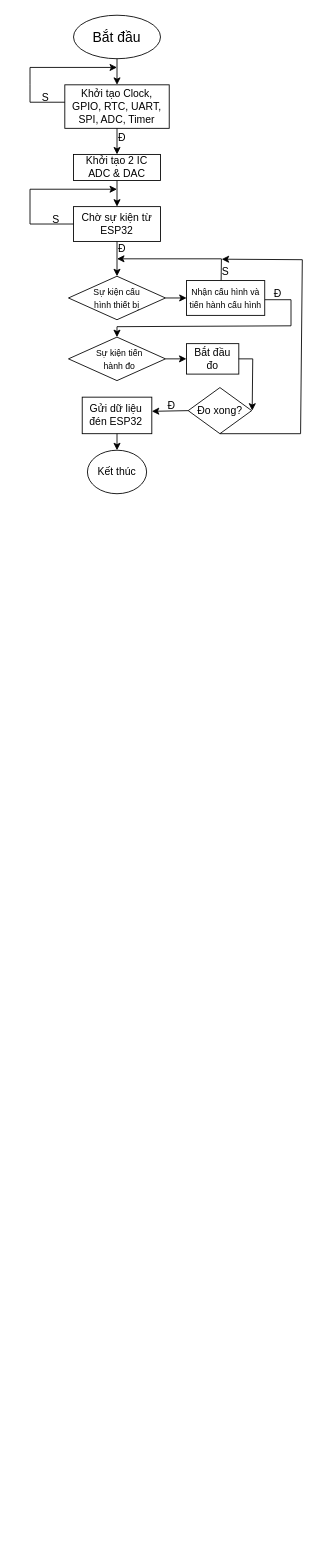
Before: Sơ đồ thuật toán STM32.drawio in truongbui692002/DATN_20232, a draw.io diagram. Source tidied: cells renumbered, new cells numbered last; positions are measured from the earlier drawing's top-left corner, leaving out a move shared by most shapes. Both pictures are drawn from the tidied source at 87%, with x=0, y=0 at pixel (19, 15).
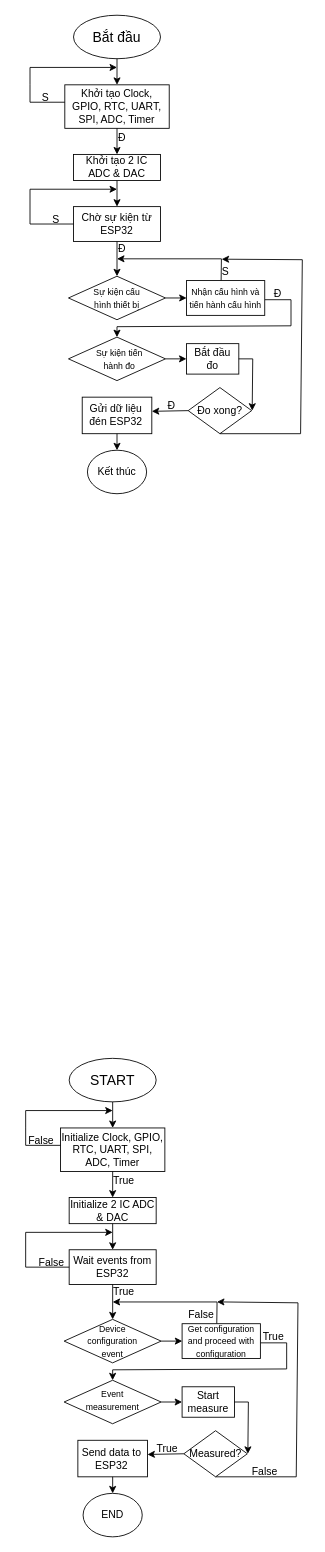
After the change.

Commit message:
Cập nhật Sơ đồ thuật toán STM32.drawio

Change to the diagram source:
```diff
@@
+    <mxCell id="38" value="&lt;font size=&quot;3&quot;&gt;START&lt;/font&gt;" style="ellipse;whiteSpace=wrap;html=1;" parent="1" vertex="1">
+      <mxGeometry x="57" y="1199" width="100" height="50" as="geometry" />
+    </mxCell>
+    <mxCell id="39" value="Initialize Clock, GPIO, RTC, UART, SPI, ADC, Timer" style="rounded=0;whiteSpace=wrap;html=1;" parent="1" vertex="1">
+      <mxGeometry x="47" y="1279" width="120" height="50" as="geometry" />
+    </mxCell>
+    <mxCell id="40" style="endArrow=classic;html=1;rounded=0;exitX=0.5;exitY=1;exitDx=0;exitDy=0;" parent="1" edge="1" source="38" target="39">
+      <mxGeometry relative="1" as="geometry" />
+    </mxCell>
+    <mxCell id="41" style="endArrow=classic;html=1;rounded=0;exitX=0;exitY=0.5;exitDx=0;exitDy=0;" parent="1" edge="1">
+      <mxGeometry relative="1" as="geometry">
+        <mxPoint x="47" y="1299" as="sourcePoint" />
+        <mxPoint x="107" y="1259" as="targetPoint" />
+        <Array as="points">
+          <mxPoint x="7" y="1299" />
+          <mxPoint x="7" y="1279" />
+          <mxPoint x="7" y="1259" />
+        </Array>
+      </mxGeometry>
+    </mxCell>
+    <mxCell id="42" value="False" style="text;html=1;align=center;verticalAlign=middle;whiteSpace=wrap;rounded=0;" parent="1" vertex="1">
+      <mxGeometry x="-5" y="1279" width="60" height="30" as="geometry" />
+    </mxCell>
+    <mxCell id="43" value="Initialize 2 IC ADC &amp;amp; DAC" style="rounded=0;whiteSpace=wrap;html=1;" parent="1" vertex="1">
+      <mxGeometry x="57" y="1359" width="100" height="30" as="geometry" />
+    </mxCell>
+    <mxCell id="44" style="endArrow=classic;html=1;rounded=0;exitX=0.5;exitY=1;exitDx=0;exitDy=0;entryX=0.5;entryY=0;entryDx=0;entryDy=0;" parent="1" edge="1" source="39" target="43">
+      <mxGeometry relative="1" as="geometry" />
+    </mxCell>
+    <mxCell id="45" value="Wait events from ESP32" style="rounded=0;whiteSpace=wrap;html=1;" parent="1" vertex="1">
+      <mxGeometry x="57" y="1419" width="100" height="40" as="geometry" />
+    </mxCell>
+    <mxCell id="46" style="endArrow=classic;html=1;rounded=0;exitX=0.5;exitY=1;exitDx=0;exitDy=0;entryX=0.5;entryY=0;entryDx=0;entryDy=0;" parent="1" edge="1" source="43" target="45">
+      <mxGeometry relative="1" as="geometry" />
+    </mxCell>
+    <mxCell id="47" style="endArrow=classic;html=1;rounded=0;" parent="1" edge="1">
+      <mxGeometry relative="1" as="geometry">
+        <mxPoint x="107" y="1459" as="sourcePoint" />
+        <mxPoint x="107" y="1499" as="targetPoint" />
+      </mxGeometry>
+    </mxCell>
+    <mxCell id="48" style="endArrow=classic;html=1;rounded=0;exitX=0;exitY=0.5;exitDx=0;exitDy=0;" parent="1" edge="1" source="45">
+      <mxGeometry relative="1" as="geometry">
+        <mxPoint x="107" y="1399" as="targetPoint" />
+        <Array as="points">
+          <mxPoint x="7" y="1439" />
+          <mxPoint x="7" y="1399" />
+        </Array>
+      </mxGeometry>
+    </mxCell>
+    <mxCell id="49" value="False" style="text;html=1;align=center;verticalAlign=middle;whiteSpace=wrap;rounded=0;" parent="1" vertex="1">
+      <mxGeometry x="7" y="1419" width="60" height="30" as="geometry" />
+    </mxCell>
+    <mxCell id="50" value="True" style="text;html=1;align=center;verticalAlign=middle;whiteSpace=wrap;rounded=0;" parent="1" vertex="1">
+      <mxGeometry x="102.2" y="1463" width="35.5" height="10" as="geometry" />
+    </mxCell>
+    <mxCell id="51" value="True" style="text;html=1;align=center;verticalAlign=middle;whiteSpace=wrap;rounded=0;" parent="1" vertex="1">
+      <mxGeometry x="90" y="1325" width="60" height="30" as="geometry" />
+    </mxCell>
+    <mxCell id="52" style="rhombus;whiteSpace=wrap;html=1;" parent="1" vertex="1">
+      <mxGeometry x="51.2" y="1499" width="111.5" height="50" as="geometry" />
+    </mxCell>
+    <mxCell id="53" value="&lt;font style=&quot;font-size: 10px;&quot;&gt;Device configuration event&lt;/font&gt;" style="text;html=1;align=center;verticalAlign=middle;whiteSpace=wrap;rounded=0;" parent="1" vertex="1">
+      <mxGeometry x="77" y="1509" width="60" height="30" as="geometry" />
+    </mxCell>
+    <mxCell id="54" style="rhombus;whiteSpace=wrap;html=1;" parent="1" vertex="1">
+      <mxGeometry x="51.2" y="1569" width="111.5" height="50" as="geometry" />
+    </mxCell>
+    <mxCell id="55" value="&lt;font style=&quot;font-size: 10px;&quot;&gt;Event measurement&lt;/font&gt;" style="text;html=1;align=center;verticalAlign=middle;whiteSpace=wrap;rounded=0;" parent="1" vertex="1">
+      <mxGeometry x="77" y="1576.5" width="60" height="30" as="geometry" />
+    </mxCell>
+    <mxCell id="56" style="endArrow=classic;html=1;rounded=0;exitX=1;exitY=0.5;exitDx=0;exitDy=0;" parent="1" edge="1" source="52">
+      <mxGeometry relative="1" as="geometry">
+        <mxPoint x="187" y="1524" as="targetPoint" />
+      </mxGeometry>
+    </mxCell>
+    <mxCell id="57" value="&lt;span style=&quot;font-size: 10px;&quot;&gt;Get configuration and proceed with configuration&lt;/span&gt;" style="rounded=0;whiteSpace=wrap;html=1;" parent="1" vertex="1">
+      <mxGeometry x="186.8" y="1504" width="90" height="40" as="geometry" />
+    </mxCell>
+    <mxCell id="58" style="endArrow=classic;html=1;rounded=0;exitX=0.443;exitY=-0.007;exitDx=0;exitDy=0;exitPerimeter=0;" parent="1" edge="1" source="57">
+      <mxGeometry relative="1" as="geometry">
+        <mxPoint x="107" y="1479" as="targetPoint" />
+        <Array as="points">
+          <mxPoint x="227" y="1479" />
+        </Array>
+      </mxGeometry>
+    </mxCell>
+    <mxCell id="59" value="False" style="text;html=1;align=center;verticalAlign=middle;whiteSpace=wrap;rounded=0;" parent="1" vertex="1">
+      <mxGeometry x="178.8" y="1479" width="60" height="30" as="geometry" />
+    </mxCell>
+    <mxCell id="60" style="endArrow=classic;html=1;rounded=0;entryX=0.5;entryY=0;entryDx=0;entryDy=0;" parent="1" edge="1" target="54">
+      <mxGeometry relative="1" as="geometry">
+        <mxPoint x="277" y="1526" as="sourcePoint" />
+        <Array as="points">
+          <mxPoint x="307" y="1526" />
+          <mxPoint x="307" y="1556" />
+          <mxPoint x="107" y="1557" />
+        </Array>
+      </mxGeometry>
+    </mxCell>
+    <mxCell id="61" value="True" style="text;html=1;align=center;verticalAlign=middle;whiteSpace=wrap;rounded=0;" parent="1" vertex="1">
+      <mxGeometry x="261.8" y="1504" width="60" height="30" as="geometry" />
+    </mxCell>
+    <mxCell id="62" style="rounded=0;whiteSpace=wrap;html=1;" parent="1" vertex="1">
+      <mxGeometry x="186.8" y="1576.5" width="60.2" height="35" as="geometry" />
+    </mxCell>
+    <mxCell id="63" style="endArrow=classic;html=1;rounded=0;exitX=1;exitY=0.5;exitDx=0;exitDy=0;entryX=0;entryY=0.5;entryDx=0;entryDy=0;" parent="1" edge="1" source="54" target="62">
+      <mxGeometry relative="1" as="geometry" />
+    </mxCell>
+    <mxCell id="64" value="Start measure" style="text;html=1;align=center;verticalAlign=middle;whiteSpace=wrap;rounded=0;" parent="1" vertex="1">
+      <mxGeometry x="186.8" y="1579" width="60" height="30" as="geometry" />
+    </mxCell>
+    <mxCell id="65" style="rounded=0;whiteSpace=wrap;html=1;" parent="1" vertex="1">
+      <mxGeometry x="67" y="1638" width="80" height="42" as="geometry" />
+    </mxCell>
+    <mxCell id="66" value="Send data to ESP32" style="text;html=1;align=center;verticalAlign=middle;whiteSpace=wrap;rounded=0;" parent="1" vertex="1">
+      <mxGeometry x="66" y="1644" width="80" height="30" as="geometry" />
+    </mxCell>
+    <mxCell id="67" value="END" style="ellipse;whiteSpace=wrap;html=1;" parent="1" vertex="1">
+      <mxGeometry x="73" y="1699" width="68" height="50" as="geometry" />
+    </mxCell>
+    <mxCell id="68" style="endArrow=classic;html=1;rounded=0;entryX=0.5;entryY=0;entryDx=0;entryDy=0;exitX=0.5;exitY=1;exitDx=0;exitDy=0;" parent="1" edge="1" source="65" target="67">
+      <mxGeometry relative="1" as="geometry" />
+    </mxCell>
+    <mxCell id="69" value="Measured?" style="rhombus;whiteSpace=wrap;html=1;" parent="1" vertex="1">
+      <mxGeometry x="188.8" y="1627" width="73" height="53" as="geometry" />
+    </mxCell>
+    <mxCell id="70" style="endArrow=classic;html=1;rounded=0;entryX=1.008;entryY=0.5;entryDx=0;entryDy=0;exitX=1;exitY=0.5;exitDx=0;exitDy=0;entryPerimeter=0;" parent="1" edge="1" source="64" target="69">
+      <mxGeometry relative="1" as="geometry">
+        <Array as="points">
+          <mxPoint x="263" y="1594" />
+        </Array>
+      </mxGeometry>
+    </mxCell>
+    <mxCell id="71" style="endArrow=classic;html=1;rounded=0;entryX=1;entryY=0.388;entryDx=0;entryDy=0;exitX=0;exitY=0.5;exitDx=0;exitDy=0;entryPerimeter=0;" parent="1" edge="1" source="69" target="65">
+      <mxGeometry relative="1" as="geometry" />
+    </mxCell>
+    <mxCell id="72" value="True" style="text;html=1;align=center;verticalAlign=middle;whiteSpace=wrap;rounded=0;" parent="1" vertex="1">
+      <mxGeometry x="140" y="1633" width="60" height="30" as="geometry" />
+    </mxCell>
+    <mxCell id="73" style="endArrow=classic;html=1;rounded=0;entryX=0.802;entryY=-0.003;entryDx=0;entryDy=0;entryPerimeter=0;exitX=0.5;exitY=1;exitDx=0;exitDy=0;" parent="1" edge="1" source="69" target="59">
+      <mxGeometry relative="1" as="geometry">
+        <Array as="points">
+          <mxPoint x="318" y="1680" />
+          <mxPoint x="320" y="1480" />
+        </Array>
+      </mxGeometry>
+    </mxCell>
+    <mxCell id="74" value="False" style="text;html=1;align=center;verticalAlign=middle;whiteSpace=wrap;rounded=0;" parent="1" vertex="1">
+      <mxGeometry x="252" y="1659" width="60" height="30" as="geometry" />
+    </mxCell>
```
